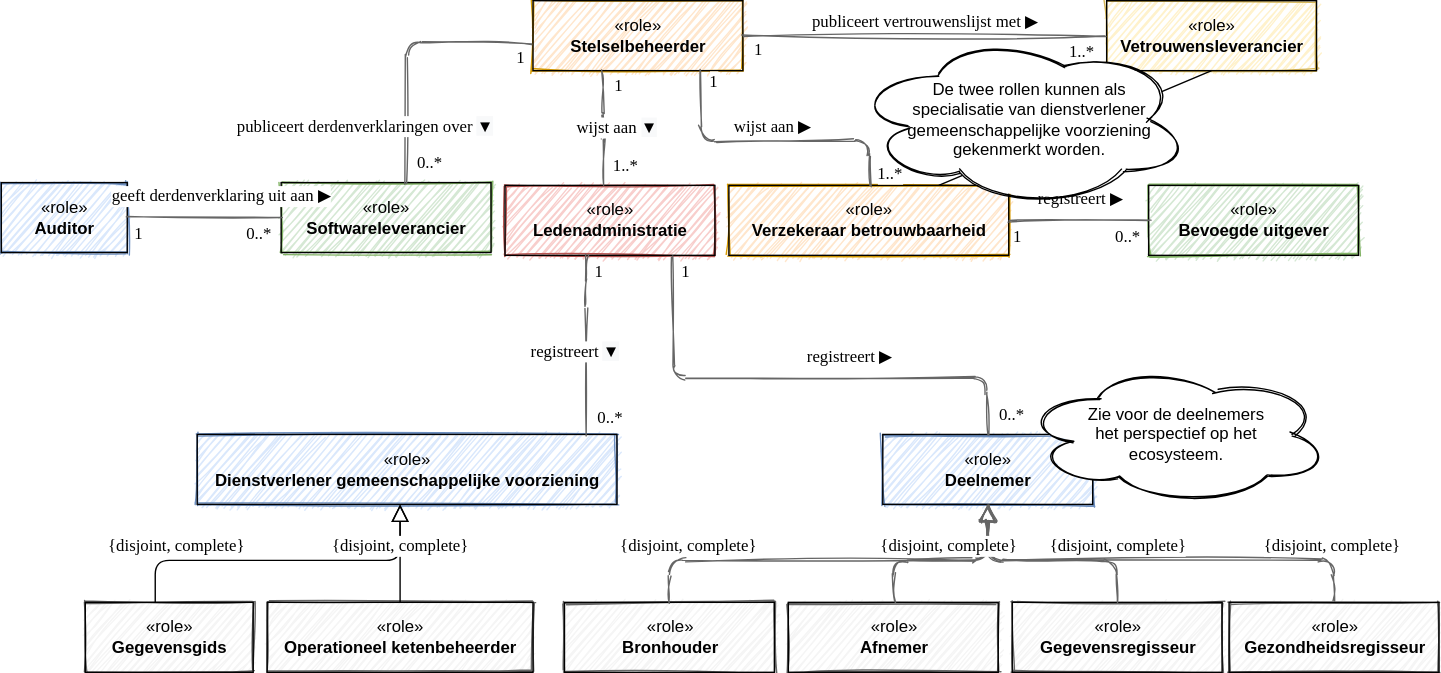
Before: .gitbook/assets/actorcoherence.svg, a diagram exported from draw.io (dizra/docs). Source tidied: cells renumbered, new cells last; positions are measured from the earlier drawing's top-left corner, leaving out a move shared by most shapes.
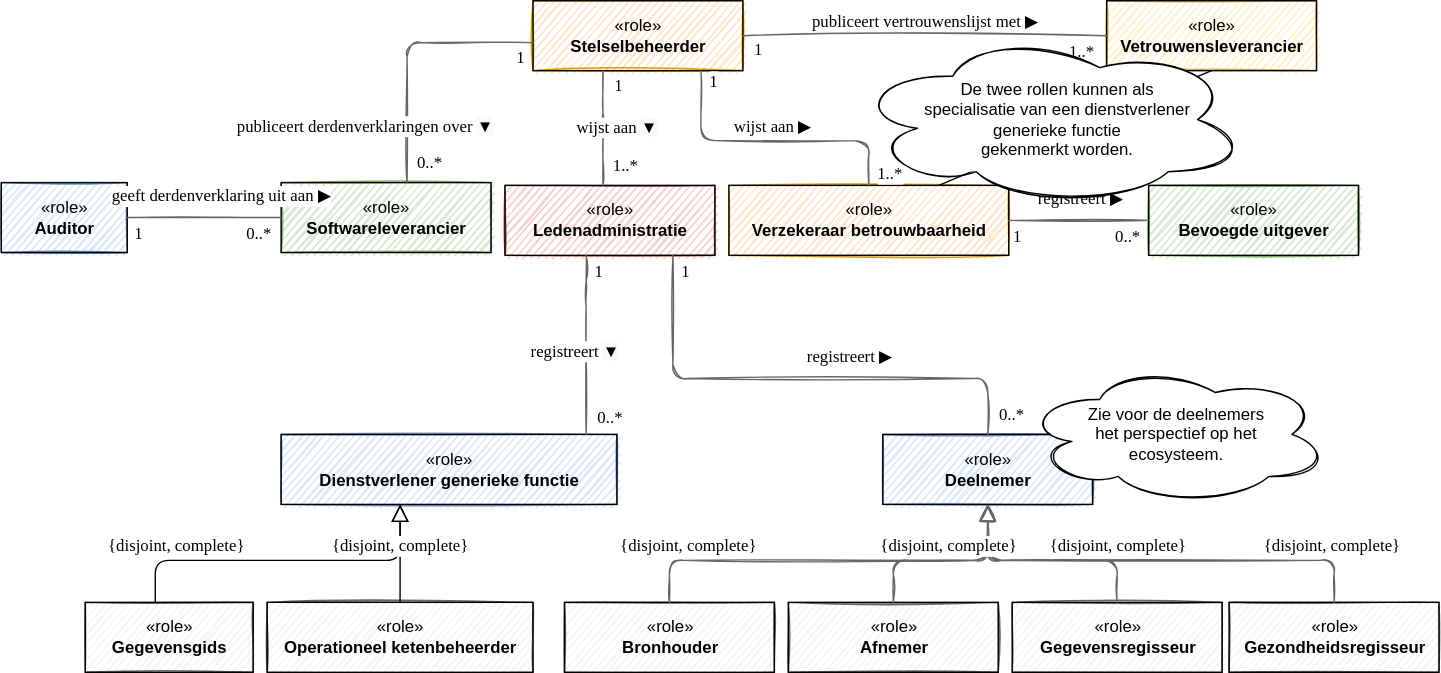
After the change.

What changed in the source:
```diff
@@ -15,10 +15,10 @@
       <mxGeometry width="150" height="50" as="geometry" />
     </mxCell>
     <mxCell id="6" style="fontStyle=0;align=center;verticalAlign=top;horizontal=1;startSize=49;labelBackgroundColor=none;sketch=1;fillColor=#dae8fc;strokeColor=#6c8ebf;" parent="1" vertex="1">
-      <mxGeometry x="140" y="310" width="300" height="50" as="geometry" />
+      <mxGeometry x="200" y="310" width="240" height="50" as="geometry" />
     </mxCell>
-    <mxCell id="7" value="&lt;span&gt;«role»&lt;br&gt;&lt;b&gt;Dienstverlener gemeenschappelijke voorziening&lt;/b&gt;&lt;/span&gt;" style="html=1;fillColor=none;labelBackgroundColor=none;" parent="6" vertex="1">
-      <mxGeometry width="300" height="50" as="geometry" />
+    <mxCell id="7" value="&lt;span&gt;«role»&lt;br&gt;&lt;b&gt;Dienstverlener generieke functie&lt;/b&gt;&lt;/span&gt;" style="html=1;fillColor=none;labelBackgroundColor=none;" parent="6" vertex="1">
+      <mxGeometry width="240" height="50" as="geometry" />
     </mxCell>
     <mxCell id="8" style="fontStyle=0;align=center;verticalAlign=top;horizontal=1;startSize=49;labelBackgroundColor=none;sketch=1;fillColor=#f5f5f5;strokeColor=#666666;fontColor=#333333;" parent="1" vertex="1">
       <mxGeometry x="562.5" y="430" width="150" height="50" as="geometry" />
@@ -274,8 +274,8 @@
     <mxCell id="63" style="endArrow=none;html=1;entryX=0.5;entryY=1;entryDx=0;entryDy=0;exitX=0.75;exitY=0;exitDx=0;exitDy=0;" parent="1" edge="1" source="37" target="32">
       <mxGeometry relative="1" as="geometry" />
     </mxCell>
-    <mxCell id="64" value="De twee rollen kunnen als&lt;br&gt;specialisatie van dienstverlener &lt;br&gt;gemeenschappelijke voorziening &lt;br&gt;gekenmerkt worden." style="ellipse;shape=cloud;whiteSpace=wrap;html=1;sketch=1;spacingLeft=10;" parent="1" vertex="1">
-      <mxGeometry x="610" y="23" width="240" height="124" as="geometry" />
+    <mxCell id="64" value="De twee rollen kunnen als&lt;br&gt;specialisatie van een dienstverlener &lt;br&gt;generieke functie&lt;br&gt;gekenmerkt worden." style="ellipse;shape=cloud;whiteSpace=wrap;html=1;sketch=1;spacingLeft=10;" parent="1" vertex="1">
+      <mxGeometry x="610" y="23" width="280" height="124" as="geometry" />
     </mxCell>
   </root>
 </mxGraphModel>
```
